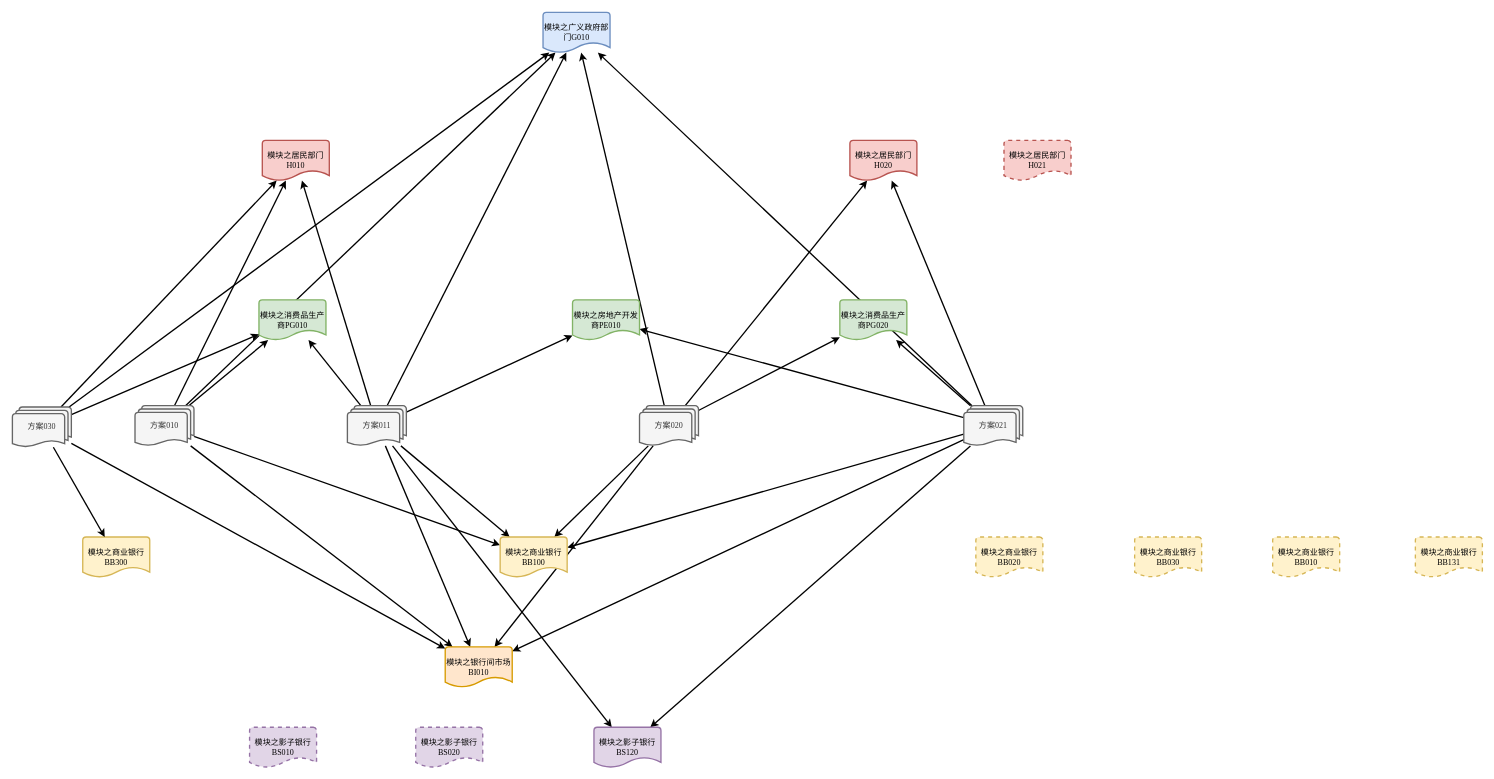
The draw.io diagram page "关系图之于模块之于系统性金融风险建模" (1 of 14) of Models/模型框架示意图/系统性金融风险建模.drawio in ComplexScienceLab/SystemicRiskSimulator, before the edit. Source tidied: cells renumbered, new cells numbered last; positions are measured from the earlier drawing's top-left corner, leaving out a move shared by most shapes. Both pictures are drawn from the tidied source at 67%, with x=0, y=0 at pixel (12, 12).
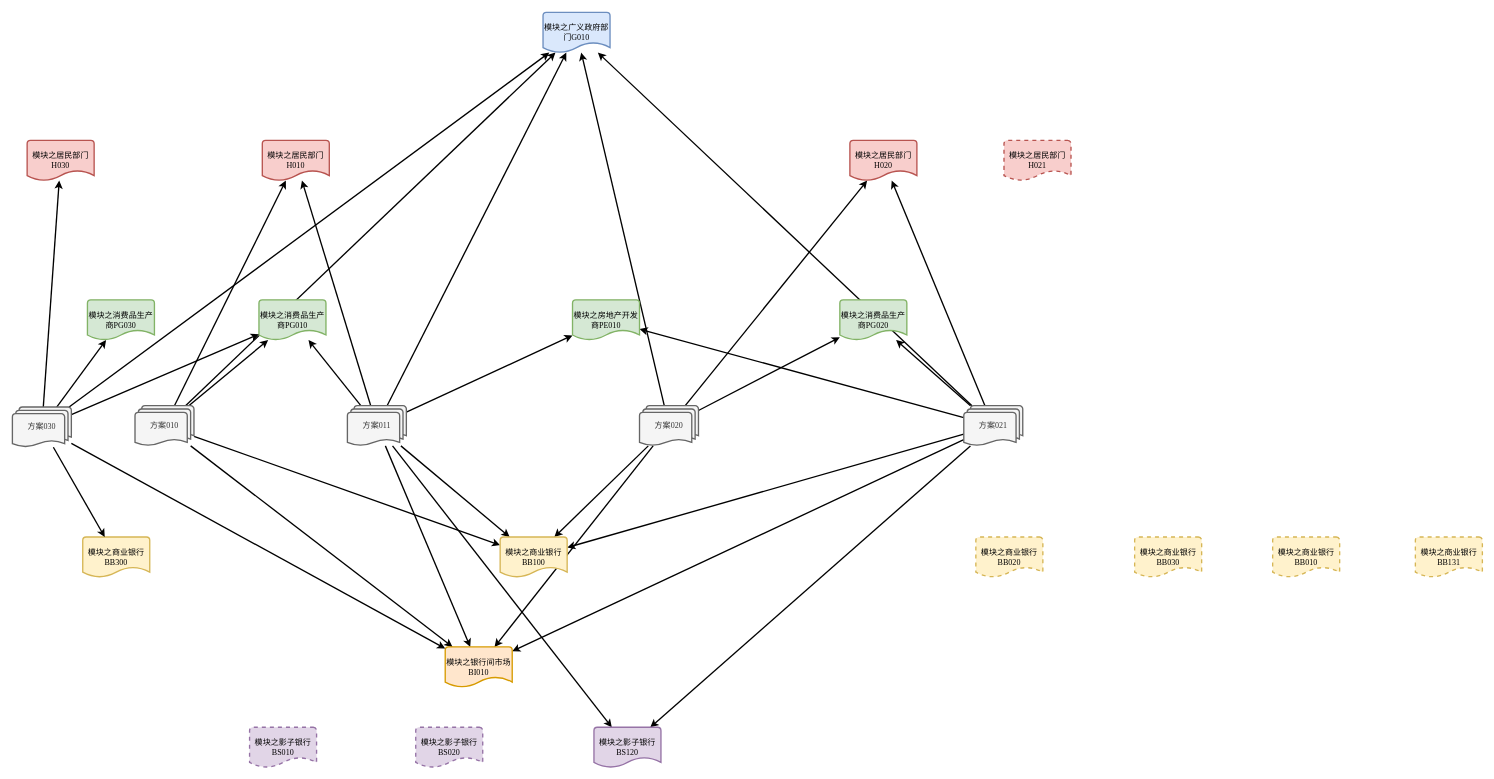
Above is the later version.

The change refers to these unchanged cells:
```xml
<mxCell id="14" value="模块之居民部门H010" style="strokeWidth=2;html=1;shape=mxgraph.flowchart.document2;whiteSpace=wrap;size=0.25;labelBackgroundColor=none;fontFamily=Times New Roman;fillColor=#f8cecc;strokeColor=#b85450;" parent="1" vertex="1">
  <mxGeometry x="373" y="191" width="100" height="60" as="geometry" />
</mxCell>
<mxCell id="52" value="方案030" style="strokeWidth=2;html=1;shape=mxgraph.flowchart.multi-document;whiteSpace=wrap;labelBackgroundColor=none;fontFamily=Times New Roman;fillColor=#f5f5f5;strokeColor=#666666;fontColor=#333333;" parent="1" vertex="1">
  <mxGeometry y="589" width="88" height="60" as="geometry" />
</mxCell>
```

Diff of the diagram source:
```diff
@@
-    <mxCell id="47" style="rounded=0;jettySize=auto;html=1;fontFamily=Helvetica;fontSize=11;strokeWidth=2;" parent="1" edge="1" source="52" target="14">
-      <mxGeometry relative="1" as="geometry" />
-    </mxCell>
@@
+    <mxCell id="53" style="edgeStyle=none;rounded=0;jettySize=auto;html=1;strokeWidth=2;" parent="1" edge="1" source="52" target="55">
+      <mxGeometry relative="1" as="geometry" />
+    </mxCell>
+    <mxCell id="54" style="edgeStyle=none;rounded=0;jettySize=auto;html=1;strokeWidth=2;" parent="1" edge="1" source="52" target="56">
+      <mxGeometry relative="1" as="geometry" />
+    </mxCell>
@@
+    <mxCell id="55" value="模块之居民部门H030" style="strokeWidth=2;html=1;shape=mxgraph.flowchart.document2;whiteSpace=wrap;size=0.25;labelBackgroundColor=none;fontFamily=Times New Roman;fillColor=#f8cecc;strokeColor=#b85450;" parent="1" vertex="1">
+      <mxGeometry x="22" y="191" width="100" height="60" as="geometry" />
+    </mxCell>
+    <mxCell id="56" value="模块之消费品生产商PG030" style="strokeWidth=2;html=1;shape=mxgraph.flowchart.document2;whiteSpace=wrap;size=0.25;labelBackgroundColor=none;fontFamily=Times New Roman;fillColor=#d5e8d4;strokeColor=#82b366;" parent="1" vertex="1">
+      <mxGeometry x="112" y="429" width="100" height="60" as="geometry" />
+    </mxCell>
```
